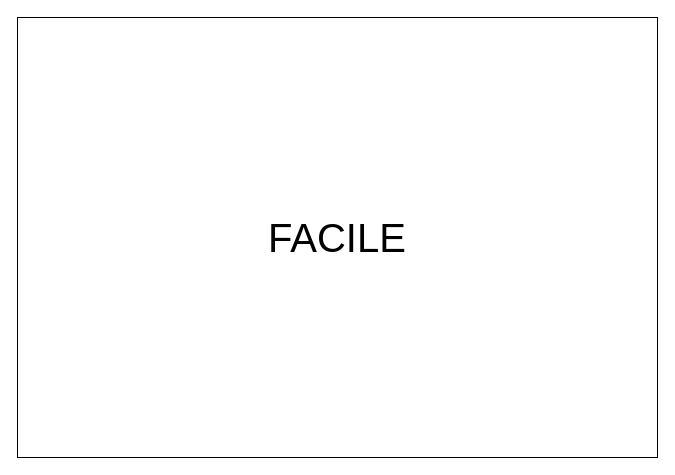
Earlier version of the draw.io diagram page "Màn hình khởi chạy app" (2 of 5) of GUI.drawio (Tran-Long-Vu/AppVocabFR). Source tidied: cells renumbered, new cells numbered last; positions are measured from the earlier drawing's top-left corner, leaving out a move shared by most shapes. Both pictures are drawn from the tidied source at 100%, with x=0, y=0 at pixel (17, 17).
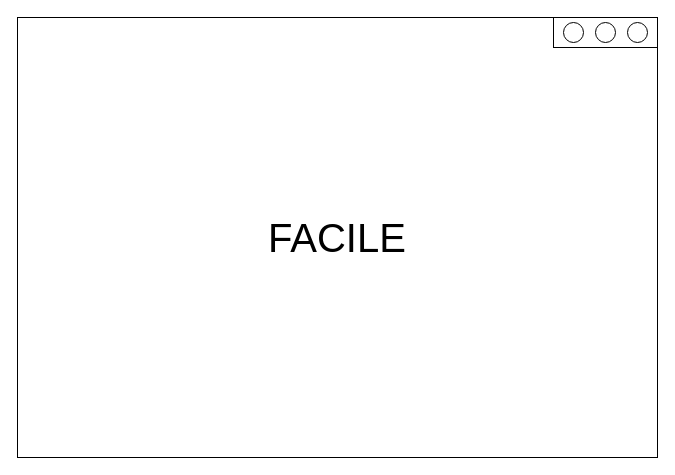
Above is the later version.

The edit, as a diff of the source:
```diff
@@
 <mxGraphModel>
   <root>
     <mxCell id="0" />
     <mxCell id="1" parent="0" />
     <mxCell id="2" value="&lt;font style=&quot;font-size: 40px;&quot;&gt;FACILE&lt;/font&gt;" style="rounded=0;whiteSpace=wrap;html=1;" parent="1" vertex="1">
       <mxGeometry width="640" height="440" as="geometry" />
     </mxCell>
+    <mxCell id="3" style="rounded=0;whiteSpace=wrap;html=1;" parent="1" vertex="1">
+      <mxGeometry x="536" width="104" height="30" as="geometry" />
+    </mxCell>
+    <mxCell id="4" style="ellipse;whiteSpace=wrap;html=1;" parent="1" vertex="1">
+      <mxGeometry x="546" y="5" width="20" height="20" as="geometry" />
+    </mxCell>
+    <mxCell id="5" style="ellipse;whiteSpace=wrap;html=1;" parent="1" vertex="1">
+      <mxGeometry x="578" y="5" width="20" height="20" as="geometry" />
+    </mxCell>
+    <mxCell id="6" style="ellipse;whiteSpace=wrap;html=1;" parent="1" vertex="1">
+      <mxGeometry x="610" y="5" width="20" height="20" as="geometry" />
+    </mxCell>
   </root>
 </mxGraphModel>
```
